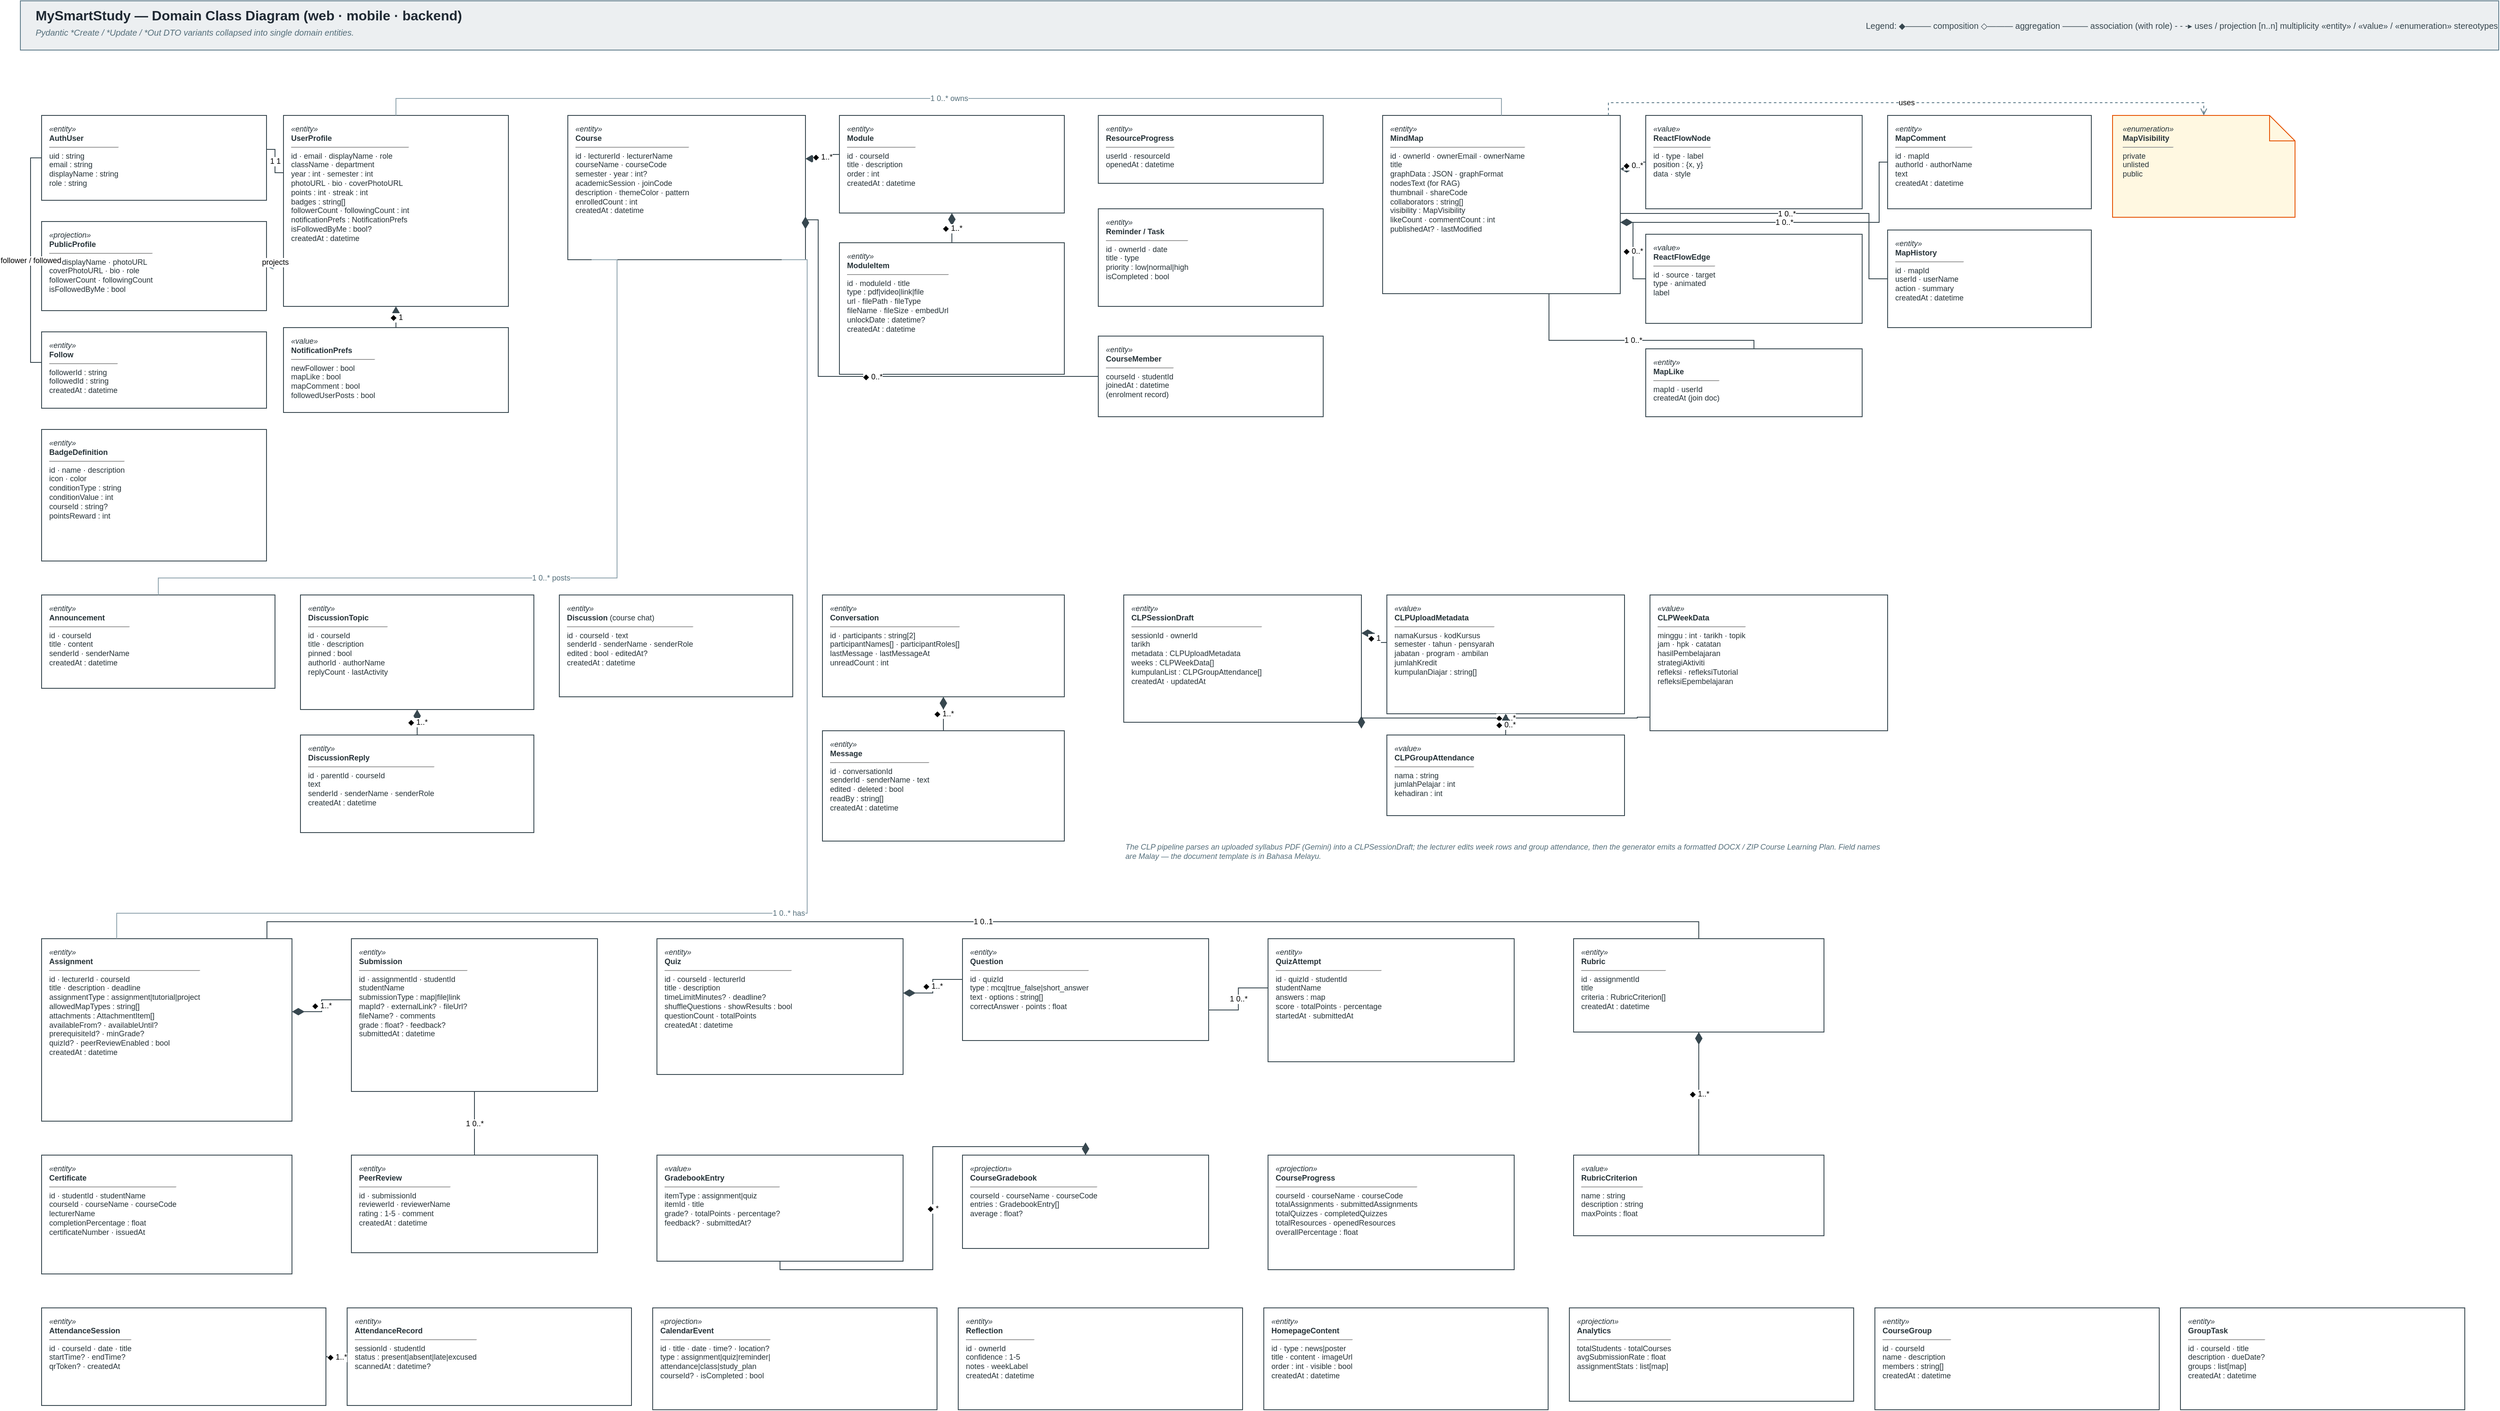
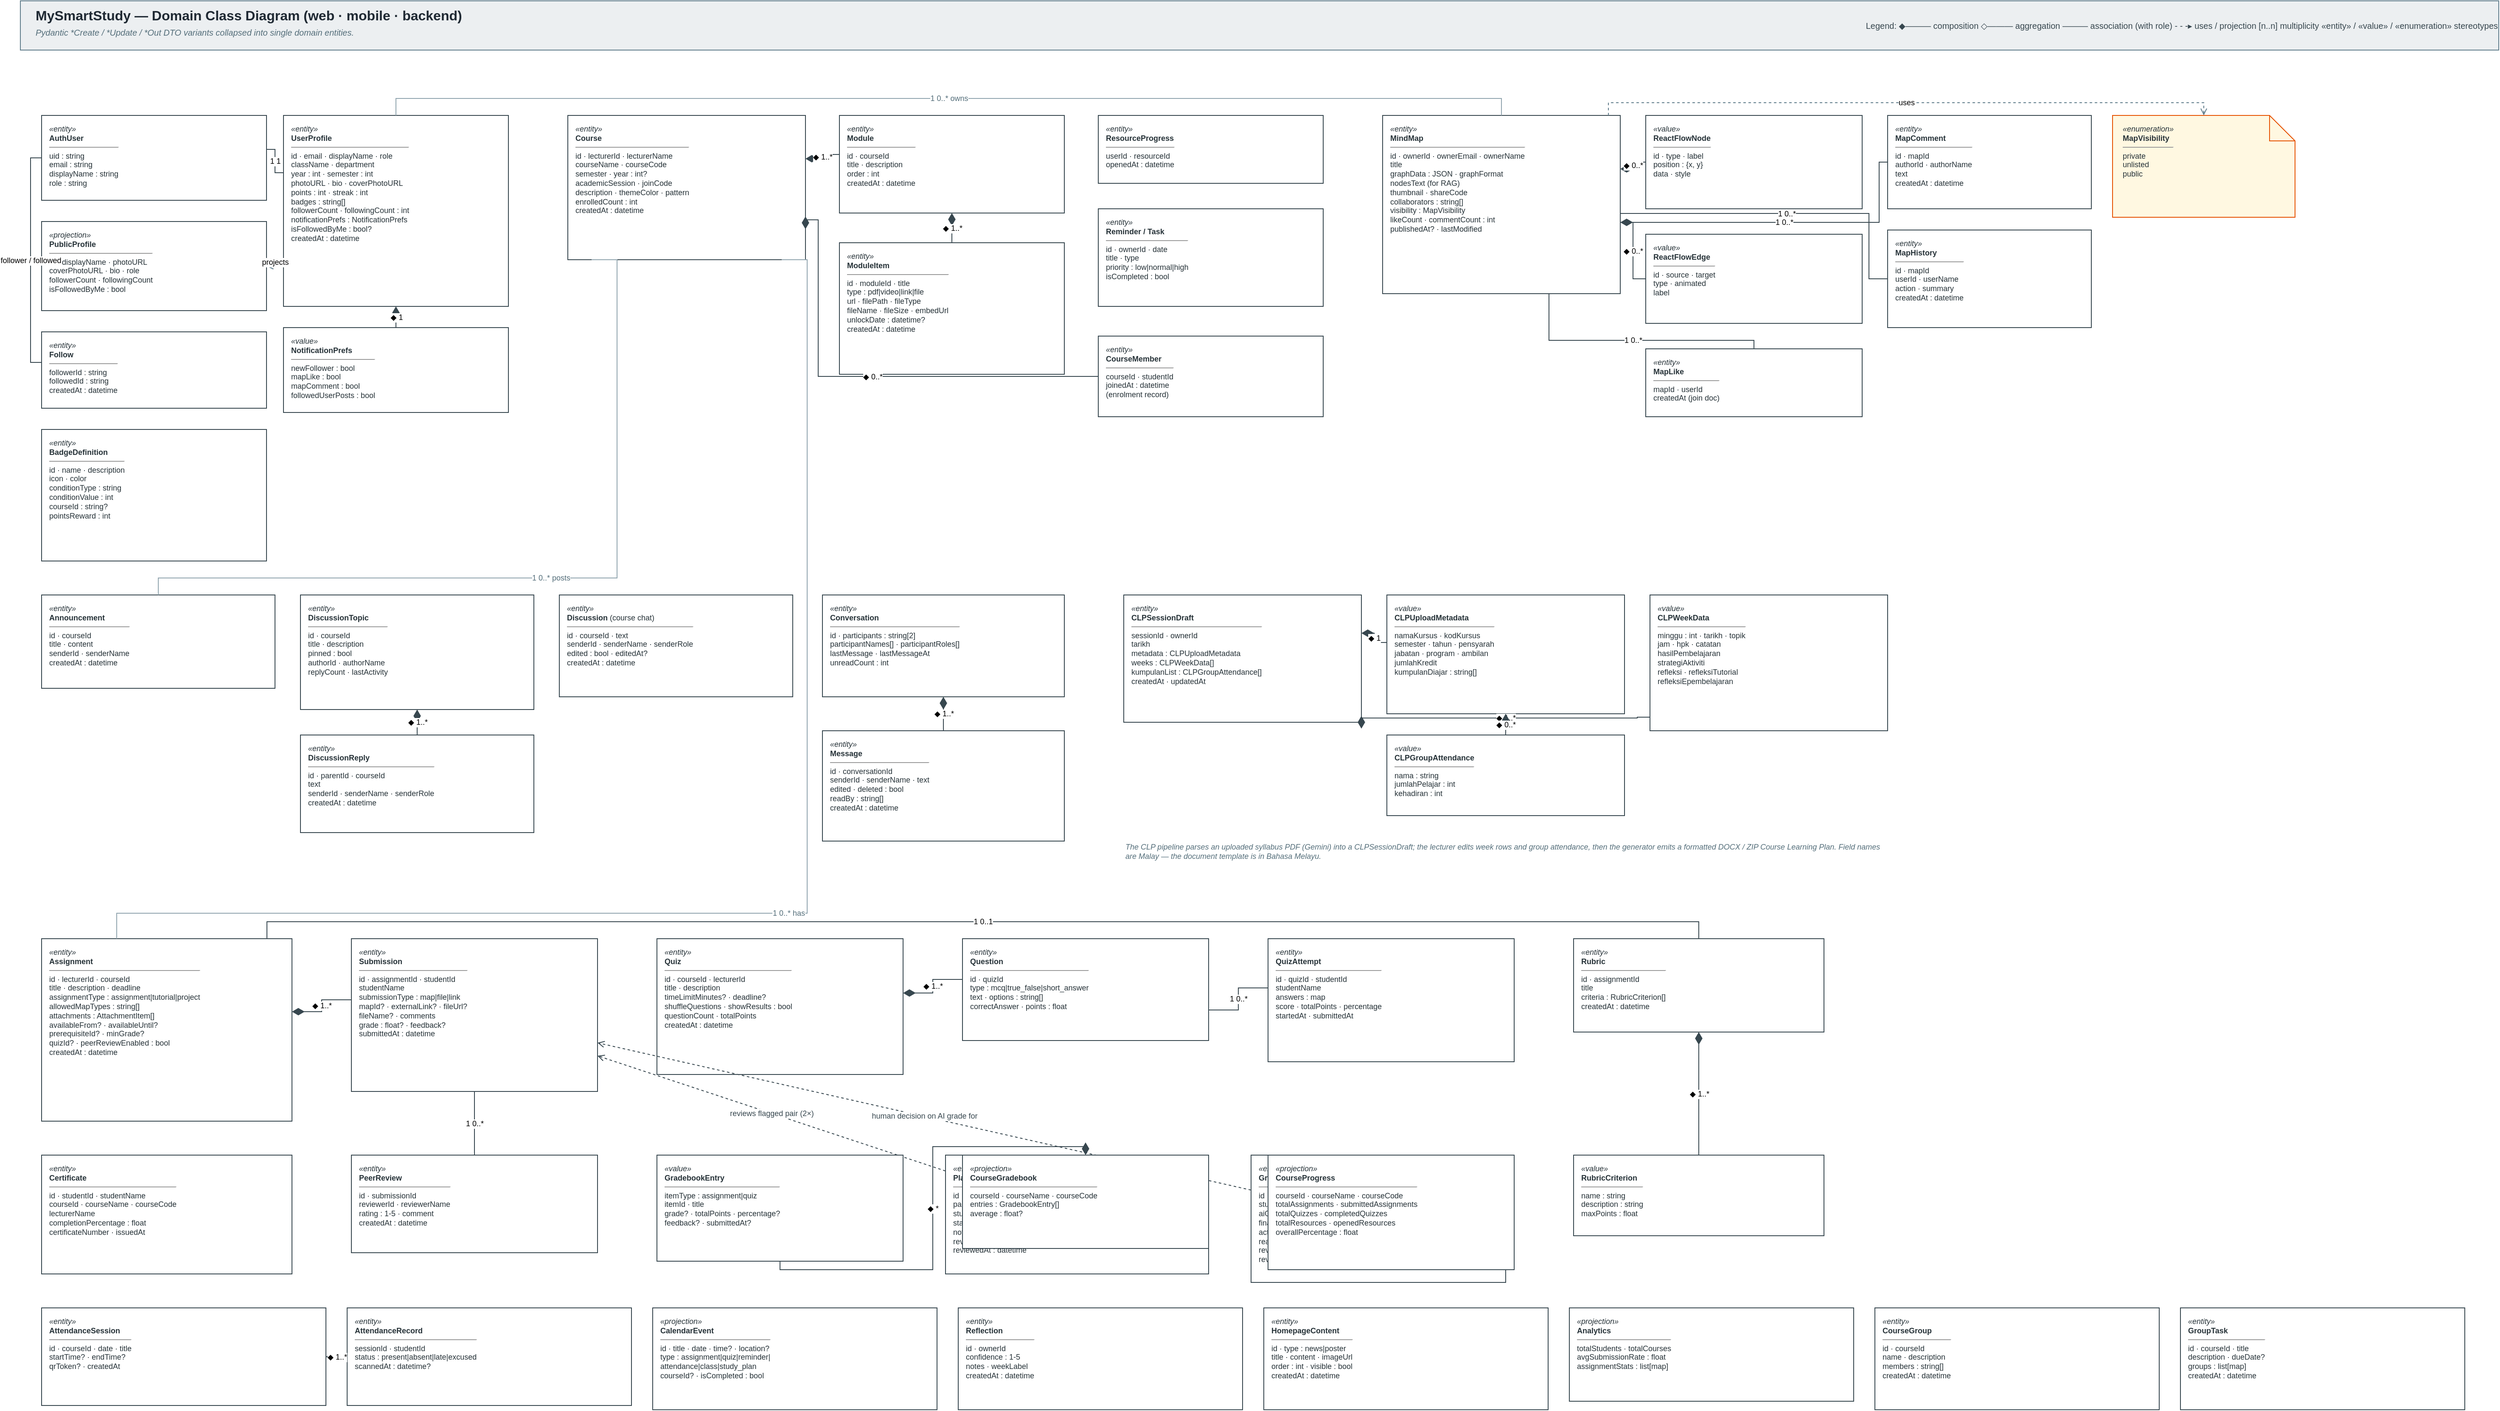
<mxfile host="app.diagrams.net" agent="MySmartStudy" version="22.1.16">
  <diagram id="umlClass" name="UML Class Diagram">
    <mxGraphModel dx="2600" dy="1600" grid="0" gridSize="10" guides="1" tooltips="1" connect="1" arrows="1" fold="1" page="1" pageScale="1" pageWidth="3020" pageHeight="1760" math="0" shadow="0">
      <root>
        <mxCell id="0" />
        <mxCell id="1" parent="0" />

        <!-- ===== HEADER ===== -->
        <mxCell id="hdr" value="" style="rounded=0;whiteSpace=wrap;html=1;fillColor=#ECEFF1;strokeColor=#607D8B;" vertex="1" parent="1">
          <mxGeometry x="40" y="20" width="2920" height="58" as="geometry" />
        </mxCell>
        <mxCell id="hdr_title" value="MySmartStudy — Domain Class Diagram (web · mobile · backend)" style="text;html=1;align=left;verticalAlign=middle;fontSize=16;fontStyle=1;fontColor=#1F2933" vertex="1" parent="1">
          <mxGeometry x="56" y="26" width="900" height="22" as="geometry" />
        </mxCell>
        <mxCell id="hdr_sub" value="Pydantic *Create / *Update / *Out DTO variants collapsed into single domain entities." style="text;html=1;align=left;verticalAlign=middle;fontSize=10;fontStyle=2;fontColor=#546E7A" vertex="1" parent="1">
          <mxGeometry x="56" y="48" width="900" height="18" as="geometry" />
        </mxCell>
        <mxCell id="hdr_legend" value="Legend:   ◆——— composition     ◇——— aggregation     ——— association (with role)     - - -▸ uses / projection     [n..n] multiplicity     «entity» / «value» / «enumeration» stereotypes" style="text;html=1;align=right;verticalAlign=middle;fontSize=10;fontColor=#37474F" vertex="1" parent="1">
          <mxGeometry x="1100" y="20" width="1860" height="58" as="geometry" />
        </mxCell>

        <!-- section grouping containers removed -->


        <!-- ===== SECTION A ===== -->
        <mxCell id="cA_auth" value="&lt;i&gt;«entity»&lt;/i&gt;&lt;br&gt;&lt;b&gt;AuthUser&lt;/b&gt;&lt;hr size=&quot;1&quot;&gt;uid : string&#10;email : string&#10;displayName : string&#10;role : string" style="rounded=0;whiteSpace=wrap;html=1;fillColor=#FFFFFF;strokeColor=#37474F;align=left;verticalAlign=top;spacingLeft=7;spacingTop=4;fontSize=9;fontColor=#263238" vertex="1" parent="1">
          <mxGeometry x="65" y="155" width="265" height="100" as="geometry" />
        </mxCell>
        <mxCell id="cA_profile" value="&lt;i&gt;«entity»&lt;/i&gt;&lt;br&gt;&lt;b&gt;UserProfile&lt;/b&gt;&lt;hr size=&quot;1&quot;&gt;id · email · displayName · role&#10;className · department&#10;year : int · semester : int&#10;photoURL · bio · coverPhotoURL&#10;points : int · streak : int&#10;badges : string[]&#10;followerCount · followingCount : int&#10;notificationPrefs : NotificationPrefs&#10;isFollowedByMe : bool?&#10;createdAt : datetime" style="rounded=0;whiteSpace=wrap;html=1;fillColor=#FFFFFF;strokeColor=#37474F;align=left;verticalAlign=top;spacingLeft=7;spacingTop=4;fontSize=9;fontColor=#263238" vertex="1" parent="1">
          <mxGeometry x="350" y="155" width="265" height="225" as="geometry" />
        </mxCell>
        <mxCell id="cA_np" value="&lt;i&gt;«value»&lt;/i&gt;&lt;br&gt;&lt;b&gt;NotificationPrefs&lt;/b&gt;&lt;hr size=&quot;1&quot;&gt;newFollower : bool&#10;mapLike : bool&#10;mapComment : bool&#10;followedUserPosts : bool" style="rounded=0;whiteSpace=wrap;html=1;fillColor=#FFFFFF;strokeColor=#37474F;align=left;verticalAlign=top;spacingLeft=7;spacingTop=4;fontSize=9;fontColor=#263238" vertex="1" parent="1">
          <mxGeometry x="350" y="405" width="265" height="100" as="geometry" />
        </mxCell>
        <mxCell id="cA_pp" value="&lt;i&gt;«projection»&lt;/i&gt;&lt;br&gt;&lt;b&gt;PublicProfile&lt;/b&gt;&lt;hr size=&quot;1&quot;&gt;id · displayName · photoURL&#10;coverPhotoURL · bio · role&#10;followerCount · followingCount&#10;isFollowedByMe : bool" style="rounded=0;whiteSpace=wrap;html=1;fillColor=#FFFFFF;strokeColor=#37474F;align=left;verticalAlign=top;spacingLeft=7;spacingTop=4;fontSize=9;fontColor=#263238" vertex="1" parent="1">
          <mxGeometry x="65" y="280" width="265" height="105" as="geometry" />
        </mxCell>
        <mxCell id="cA_follow" value="&lt;i&gt;«entity»&lt;/i&gt;&lt;br&gt;&lt;b&gt;Follow&lt;/b&gt;&lt;hr size=&quot;1&quot;&gt;followerId : string&#10;followedId : string&#10;createdAt : datetime" style="rounded=0;whiteSpace=wrap;html=1;fillColor=#FFFFFF;strokeColor=#37474F;align=left;verticalAlign=top;spacingLeft=7;spacingTop=4;fontSize=9;fontColor=#263238" vertex="1" parent="1">
          <mxGeometry x="65" y="410" width="265" height="90" as="geometry" />
        </mxCell>
        <mxCell id="cA_badge" value="&lt;i&gt;«entity»&lt;/i&gt;&lt;br&gt;&lt;b&gt;BadgeDefinition&lt;/b&gt;&lt;hr size=&quot;1&quot;&gt;id · name · description&#10;icon · color&#10;conditionType : string&#10;conditionValue : int&#10;courseId : string?&#10;pointsReward : int" style="rounded=0;whiteSpace=wrap;html=1;fillColor=#FFFFFF;strokeColor=#37474F;align=left;verticalAlign=top;spacingLeft=7;spacingTop=4;fontSize=9;fontColor=#263238" vertex="1" parent="1">
          <mxGeometry x="65" y="525" width="265" height="155" as="geometry" />
        </mxCell>

        <!-- ===== SECTION B ===== -->
        <mxCell id="cB_course" value="&lt;i&gt;«entity»&lt;/i&gt;&lt;br&gt;&lt;b&gt;Course&lt;/b&gt;&lt;hr size=&quot;1&quot;&gt;id · lecturerId · lecturerName&#10;courseName · courseCode&#10;semester · year : int?&#10;academicSession · joinCode&#10;description · themeColor · pattern&#10;enrolledCount : int&#10;createdAt : datetime" style="rounded=0;whiteSpace=wrap;html=1;fillColor=#FFFFFF;strokeColor=#37474F;align=left;verticalAlign=top;spacingLeft=7;spacingTop=4;fontSize=9;fontColor=#263238" vertex="1" parent="1">
          <mxGeometry x="685" y="155" width="280" height="170" as="geometry" />
        </mxCell>
        <mxCell id="cB_module" value="&lt;i&gt;«entity»&lt;/i&gt;&lt;br&gt;&lt;b&gt;Module&lt;/b&gt;&lt;hr size=&quot;1&quot;&gt;id · courseId&#10;title · description&#10;order : int&#10;createdAt : datetime" style="rounded=0;whiteSpace=wrap;html=1;fillColor=#FFFFFF;strokeColor=#37474F;align=left;verticalAlign=top;spacingLeft=7;spacingTop=4;fontSize=9;fontColor=#263238" vertex="1" parent="1">
          <mxGeometry x="1005" y="155" width="265" height="115" as="geometry" />
        </mxCell>
        <mxCell id="cB_mi" value="&lt;i&gt;«entity»&lt;/i&gt;&lt;br&gt;&lt;b&gt;ModuleItem&lt;/b&gt;&lt;hr size=&quot;1&quot;&gt;id · moduleId · title&#10;type : pdf|video|link|file&#10;url · filePath · fileType&#10;fileName · fileSize · embedUrl&#10;unlockDate : datetime?&#10;createdAt : datetime" style="rounded=0;whiteSpace=wrap;html=1;fillColor=#FFFFFF;strokeColor=#37474F;align=left;verticalAlign=top;spacingLeft=7;spacingTop=4;fontSize=9;fontColor=#263238" vertex="1" parent="1">
          <mxGeometry x="1005" y="305" width="265" height="155" as="geometry" />
        </mxCell>
        <mxCell id="cB_rp" value="&lt;i&gt;«entity»&lt;/i&gt;&lt;br&gt;&lt;b&gt;ResourceProgress&lt;/b&gt;&lt;hr size=&quot;1&quot;&gt;userId · resourceId&#10;openedAt : datetime" style="rounded=0;whiteSpace=wrap;html=1;fillColor=#FFFFFF;strokeColor=#37474F;align=left;verticalAlign=top;spacingLeft=7;spacingTop=4;fontSize=9;fontColor=#263238" vertex="1" parent="1">
          <mxGeometry x="1310" y="155" width="265" height="80" as="geometry" />
        </mxCell>
        <mxCell id="cB_reminder" value="&lt;i&gt;«entity»&lt;/i&gt;&lt;br&gt;&lt;b&gt;Reminder / Task&lt;/b&gt;&lt;hr size=&quot;1&quot;&gt;id · ownerId · date&#10;title · type&#10;priority : low|normal|high&#10;isCompleted : bool" style="rounded=0;whiteSpace=wrap;html=1;fillColor=#FFFFFF;strokeColor=#37474F;align=left;verticalAlign=top;spacingLeft=7;spacingTop=4;fontSize=9;fontColor=#263238" vertex="1" parent="1">
          <mxGeometry x="1310" y="265" width="265" height="115" as="geometry" />
        </mxCell>
        <mxCell id="cB_cm" value="&lt;i&gt;«entity»&lt;/i&gt;&lt;br&gt;&lt;b&gt;CourseMember&lt;/b&gt;&lt;hr size=&quot;1&quot;&gt;courseId · studentId&#10;joinedAt : datetime&#10;(enrolment record)" style="rounded=0;whiteSpace=wrap;html=1;fillColor=#FFFFFF;strokeColor=#37474F;align=left;verticalAlign=top;spacingLeft=7;spacingTop=4;fontSize=9;fontColor=#263238" vertex="1" parent="1">
          <mxGeometry x="1310" y="415" width="265" height="95" as="geometry" />
        </mxCell>

        <!-- ===== SECTION C ===== -->
        <mxCell id="cC_map" value="&lt;i&gt;«entity»&lt;/i&gt;&lt;br&gt;&lt;b&gt;MindMap&lt;/b&gt;&lt;hr size=&quot;1&quot;&gt;id · ownerId · ownerEmail · ownerName&#10;title&#10;graphData : JSON · graphFormat&#10;nodesText  (for RAG)&#10;thumbnail · shareCode&#10;collaborators : string[]&#10;visibility : MapVisibility&#10;likeCount · commentCount : int&#10;publishedAt? · lastModified" style="rounded=0;whiteSpace=wrap;html=1;fillColor=#FFFFFF;strokeColor=#37474F;align=left;verticalAlign=top;spacingLeft=7;spacingTop=4;fontSize=9;fontColor=#263238" vertex="1" parent="1">
          <mxGeometry x="1645" y="155" width="280" height="210" as="geometry" />
        </mxCell>
        <mxCell id="cC_node" value="&lt;i&gt;«value»&lt;/i&gt;&lt;br&gt;&lt;b&gt;ReactFlowNode&lt;/b&gt;&lt;hr size=&quot;1&quot;&gt;id · type · label&#10;position : {x, y}&#10;data · style" style="rounded=0;whiteSpace=wrap;html=1;fillColor=#FFFFFF;strokeColor=#37474F;align=left;verticalAlign=top;spacingLeft=7;spacingTop=4;fontSize=9;fontColor=#263238" vertex="1" parent="1">
          <mxGeometry x="1955" y="155" width="255" height="110" as="geometry" />
        </mxCell>
        <mxCell id="cC_edge" value="&lt;i&gt;«value»&lt;/i&gt;&lt;br&gt;&lt;b&gt;ReactFlowEdge&lt;/b&gt;&lt;hr size=&quot;1&quot;&gt;id · source · target&#10;type · animated&#10;label" style="rounded=0;whiteSpace=wrap;html=1;fillColor=#FFFFFF;strokeColor=#37474F;align=left;verticalAlign=top;spacingLeft=7;spacingTop=4;fontSize=9;fontColor=#263238" vertex="1" parent="1">
          <mxGeometry x="1955" y="295" width="255" height="105" as="geometry" />
        </mxCell>
        <mxCell id="cC_like" value="&lt;i&gt;«entity»&lt;/i&gt;&lt;br&gt;&lt;b&gt;MapLike&lt;/b&gt;&lt;hr size=&quot;1&quot;&gt;mapId · userId&#10;createdAt  (join doc)" style="rounded=0;whiteSpace=wrap;html=1;fillColor=#FFFFFF;strokeColor=#37474F;align=left;verticalAlign=top;spacingLeft=7;spacingTop=4;fontSize=9;fontColor=#263238" vertex="1" parent="1">
          <mxGeometry x="1955" y="430" width="255" height="80" as="geometry" />
        </mxCell>
        <mxCell id="cC_comment" value="&lt;i&gt;«entity»&lt;/i&gt;&lt;br&gt;&lt;b&gt;MapComment&lt;/b&gt;&lt;hr size=&quot;1&quot;&gt;id · mapId&#10;authorId · authorName&#10;text&#10;createdAt : datetime" style="rounded=0;whiteSpace=wrap;html=1;fillColor=#FFFFFF;strokeColor=#37474F;align=left;verticalAlign=top;spacingLeft=7;spacingTop=4;fontSize=9;fontColor=#263238" vertex="1" parent="1">
          <mxGeometry x="2240" y="155" width="240" height="110" as="geometry" />
        </mxCell>
        <mxCell id="cC_history" value="&lt;i&gt;«entity»&lt;/i&gt;&lt;br&gt;&lt;b&gt;MapHistory&lt;/b&gt;&lt;hr size=&quot;1&quot;&gt;id · mapId&#10;userId · userName&#10;action · summary&#10;createdAt : datetime" style="rounded=0;whiteSpace=wrap;html=1;fillColor=#FFFFFF;strokeColor=#37474F;align=left;verticalAlign=top;spacingLeft=7;spacingTop=4;fontSize=9;fontColor=#263238" vertex="1" parent="1">
          <mxGeometry x="2240" y="290" width="240" height="115" as="geometry" />
        </mxCell>
        <mxCell id="cC_vis" value="&lt;i&gt;«enumeration»&lt;/i&gt;&lt;br&gt;&lt;b&gt;MapVisibility&lt;/b&gt;&lt;hr size=&quot;1&quot;&gt;private&#10;unlisted&#10;public" style="shape=note;whiteSpace=wrap;html=1;backgroundOutline=1;fillColor=#FFF8E1;strokeColor=#E65100;align=left;verticalAlign=top;spacingLeft=10;spacingTop=4;fontSize=9;fontColor=#263238" vertex="1" parent="1">
          <mxGeometry x="2505" y="155" width="215" height="120" as="geometry" />
        </mxCell>

        <!-- ===== SECTION D ===== -->
        <mxCell id="cD_ann" value="&lt;i&gt;«entity»&lt;/i&gt;&lt;br&gt;&lt;b&gt;Announcement&lt;/b&gt;&lt;hr size=&quot;1&quot;&gt;id · courseId&#10;title · content&#10;senderId · senderName&#10;createdAt : datetime" style="rounded=0;whiteSpace=wrap;html=1;fillColor=#FFFFFF;strokeColor=#37474F;align=left;verticalAlign=top;spacingLeft=7;spacingTop=4;fontSize=9;fontColor=#263238" vertex="1" parent="1">
          <mxGeometry x="65" y="720" width="275" height="110" as="geometry" />
        </mxCell>
        <mxCell id="cD_topic" value="&lt;i&gt;«entity»&lt;/i&gt;&lt;br&gt;&lt;b&gt;DiscussionTopic&lt;/b&gt;&lt;hr size=&quot;1&quot;&gt;id · courseId&#10;title · description&#10;pinned : bool&#10;authorId · authorName&#10;replyCount · lastActivity" style="rounded=0;whiteSpace=wrap;html=1;fillColor=#FFFFFF;strokeColor=#37474F;align=left;verticalAlign=top;spacingLeft=7;spacingTop=4;fontSize=9;fontColor=#263238" vertex="1" parent="1">
          <mxGeometry x="370" y="720" width="275" height="135" as="geometry" />
        </mxCell>
        <mxCell id="cD_disc" value="&lt;i&gt;«entity»&lt;/i&gt;&lt;br&gt;&lt;b&gt;Discussion&lt;/b&gt;  (course chat)&lt;hr size=&quot;1&quot;&gt;id · courseId · text&#10;senderId · senderName · senderRole&#10;edited : bool · editedAt?&#10;createdAt : datetime" style="rounded=0;whiteSpace=wrap;html=1;fillColor=#FFFFFF;strokeColor=#37474F;align=left;verticalAlign=top;spacingLeft=7;spacingTop=4;fontSize=9;fontColor=#263238" vertex="1" parent="1">
          <mxGeometry x="675" y="720" width="275" height="120" as="geometry" />
        </mxCell>
        <mxCell id="cD_reply" value="&lt;i&gt;«entity»&lt;/i&gt;&lt;br&gt;&lt;b&gt;DiscussionReply&lt;/b&gt;&lt;hr size=&quot;1&quot;&gt;id · parentId · courseId&#10;text&#10;senderId · senderName · senderRole&#10;createdAt : datetime" style="rounded=0;whiteSpace=wrap;html=1;fillColor=#FFFFFF;strokeColor=#37474F;align=left;verticalAlign=top;spacingLeft=7;spacingTop=4;fontSize=9;fontColor=#263238" vertex="1" parent="1">
          <mxGeometry x="370" y="885" width="275" height="115" as="geometry" />
        </mxCell>
        <mxCell id="cD_conv" value="&lt;i&gt;«entity»&lt;/i&gt;&lt;br&gt;&lt;b&gt;Conversation&lt;/b&gt;&lt;hr size=&quot;1&quot;&gt;id · participants : string[2]&#10;participantNames[] · participantRoles[]&#10;lastMessage · lastMessageAt&#10;unreadCount : int" style="rounded=0;whiteSpace=wrap;html=1;fillColor=#FFFFFF;strokeColor=#37474F;align=left;verticalAlign=top;spacingLeft=7;spacingTop=4;fontSize=9;fontColor=#263238" vertex="1" parent="1">
          <mxGeometry x="985" y="720" width="285" height="120" as="geometry" />
        </mxCell>
        <mxCell id="cD_msg" value="&lt;i&gt;«entity»&lt;/i&gt;&lt;br&gt;&lt;b&gt;Message&lt;/b&gt;&lt;hr size=&quot;1&quot;&gt;id · conversationId&#10;senderId · senderName · text&#10;edited · deleted : bool&#10;readBy : string[]&#10;createdAt : datetime" style="rounded=0;whiteSpace=wrap;html=1;fillColor=#FFFFFF;strokeColor=#37474F;align=left;verticalAlign=top;spacingLeft=7;spacingTop=4;fontSize=9;fontColor=#263238" vertex="1" parent="1">
          <mxGeometry x="985" y="880" width="285" height="130" as="geometry" />
        </mxCell>

        <!-- ===== SECTION G ===== -->
        <mxCell id="cG_sess" value="&lt;i&gt;«entity»&lt;/i&gt;&lt;br&gt;&lt;b&gt;CLPSessionDraft&lt;/b&gt;&lt;hr size=&quot;1&quot;&gt;sessionId · ownerId&#10;tarikh&#10;metadata : CLPUploadMetadata&#10;weeks : CLPWeekData[]&#10;kumpulanList : CLPGroupAttendance[]&#10;createdAt · updatedAt" style="rounded=0;whiteSpace=wrap;html=1;fillColor=#FFFFFF;strokeColor=#37474F;align=left;verticalAlign=top;spacingLeft=7;spacingTop=4;fontSize=9;fontColor=#263238" vertex="1" parent="1">
          <mxGeometry x="1340" y="720" width="280" height="150" as="geometry" />
        </mxCell>
        <mxCell id="cG_meta" value="&lt;i&gt;«value»&lt;/i&gt;&lt;br&gt;&lt;b&gt;CLPUploadMetadata&lt;/b&gt;&lt;hr size=&quot;1&quot;&gt;namaKursus · kodKursus&#10;semester · tahun · pensyarah&#10;jabatan · program · ambilan&#10;jumlahKredit&#10;kumpulanDiajar : string[]" style="rounded=0;whiteSpace=wrap;html=1;fillColor=#FFFFFF;strokeColor=#37474F;align=left;verticalAlign=top;spacingLeft=7;spacingTop=4;fontSize=9;fontColor=#263238" vertex="1" parent="1">
          <mxGeometry x="1650" y="720" width="280" height="140" as="geometry" />
        </mxCell>
        <mxCell id="cG_week" value="&lt;i&gt;«value»&lt;/i&gt;&lt;br&gt;&lt;b&gt;CLPWeekData&lt;/b&gt;&lt;hr size=&quot;1&quot;&gt;minggu : int · tarikh · topik&#10;jam · hpk · catatan&#10;hasilPembelajaran&#10;strategiAktiviti&#10;refleksi · refleksiTutorial&#10;refleksiEpembelajaran" style="rounded=0;whiteSpace=wrap;html=1;fillColor=#FFFFFF;strokeColor=#37474F;align=left;verticalAlign=top;spacingLeft=7;spacingTop=4;fontSize=9;fontColor=#263238" vertex="1" parent="1">
          <mxGeometry x="1960" y="720" width="280" height="160" as="geometry" />
        </mxCell>
        <mxCell id="cG_grp" value="&lt;i&gt;«value»&lt;/i&gt;&lt;br&gt;&lt;b&gt;CLPGroupAttendance&lt;/b&gt;&lt;hr size=&quot;1&quot;&gt;nama : string&#10;jumlahPelajar : int&#10;kehadiran : int" style="rounded=0;whiteSpace=wrap;html=1;fillColor=#FFFFFF;strokeColor=#37474F;align=left;verticalAlign=top;spacingLeft=7;spacingTop=4;fontSize=9;fontColor=#263238" vertex="1" parent="1">
          <mxGeometry x="1650" y="885" width="280" height="95" as="geometry" />
        </mxCell>
        <mxCell id="cG_note" value="The CLP pipeline parses an uploaded syllabus PDF (Gemini) into a CLPSessionDraft; the lecturer edits week rows and group attendance, then the generator emits a formatted DOCX / ZIP Course Learning Plan. Field names are Malay — the document template is in Bahasa Melayu." style="text;html=1;align=left;whiteSpace=wrap;fontSize=9;fontStyle=2;fontColor=#546E7A" vertex="1" parent="1">
          <mxGeometry x="1340" y="1005" width="900" height="80" as="geometry" />
        </mxCell>

        <!-- ===== SECTION E ===== -->
        <mxCell id="cE_assign" value="&lt;i&gt;«entity»&lt;/i&gt;&lt;br&gt;&lt;b&gt;Assignment&lt;/b&gt;&lt;hr size=&quot;1&quot;&gt;id · lecturerId · courseId&#10;title · description · deadline&#10;assignmentType : assignment|tutorial|project&#10;allowedMapTypes : string[]&#10;attachments : AttachmentItem[]&#10;availableFrom? · availableUntil?&#10;prerequisiteId? · minGrade?&#10;quizId? · peerReviewEnabled : bool&#10;createdAt : datetime" style="rounded=0;whiteSpace=wrap;html=1;fillColor=#FFFFFF;strokeColor=#37474F;align=left;verticalAlign=top;spacingLeft=7;spacingTop=4;fontSize=9;fontColor=#263238" vertex="1" parent="1">
          <mxGeometry x="65" y="1125" width="295" height="215" as="geometry" />
        </mxCell>
        <mxCell id="cE_sub" value="&lt;i&gt;«entity»&lt;/i&gt;&lt;br&gt;&lt;b&gt;Submission&lt;/b&gt;&lt;hr size=&quot;1&quot;&gt;id · assignmentId · studentId&#10;studentName&#10;submissionType : map|file|link&#10;mapId? · externalLink? · fileUrl?&#10;fileName? · comments&#10;grade : float? · feedback?&#10;submittedAt : datetime" style="rounded=0;whiteSpace=wrap;html=1;fillColor=#FFFFFF;strokeColor=#37474F;align=left;verticalAlign=top;spacingLeft=7;spacingTop=4;fontSize=9;fontColor=#263238" vertex="1" parent="1">
          <mxGeometry x="430" y="1125" width="290" height="180" as="geometry" />
        </mxCell>
        <mxCell id="cE_quiz" value="&lt;i&gt;«entity»&lt;/i&gt;&lt;br&gt;&lt;b&gt;Quiz&lt;/b&gt;&lt;hr size=&quot;1&quot;&gt;id · courseId · lecturerId&#10;title · description&#10;timeLimitMinutes? · deadline?&#10;shuffleQuestions · showResults : bool&#10;questionCount · totalPoints&#10;createdAt : datetime" style="rounded=0;whiteSpace=wrap;html=1;fillColor=#FFFFFF;strokeColor=#37474F;align=left;verticalAlign=top;spacingLeft=7;spacingTop=4;fontSize=9;fontColor=#263238" vertex="1" parent="1">
          <mxGeometry x="790" y="1125" width="290" height="160" as="geometry" />
        </mxCell>
        <mxCell id="cE_question" value="&lt;i&gt;«entity»&lt;/i&gt;&lt;br&gt;&lt;b&gt;Question&lt;/b&gt;&lt;hr size=&quot;1&quot;&gt;id · quizId&#10;type : mcq|true_false|short_answer&#10;text · options : string[]&#10;correctAnswer · points : float" style="rounded=0;whiteSpace=wrap;html=1;fillColor=#FFFFFF;strokeColor=#37474F;align=left;verticalAlign=top;spacingLeft=7;spacingTop=4;fontSize=9;fontColor=#263238" vertex="1" parent="1">
          <mxGeometry x="1150" y="1125" width="290" height="120" as="geometry" />
        </mxCell>
        <mxCell id="cE_attempt" value="&lt;i&gt;«entity»&lt;/i&gt;&lt;br&gt;&lt;b&gt;QuizAttempt&lt;/b&gt;&lt;hr size=&quot;1&quot;&gt;id · quizId · studentId&#10;studentName&#10;answers : map&lt;qid, value&gt;&#10;score · totalPoints · percentage&#10;startedAt · submittedAt" style="rounded=0;whiteSpace=wrap;html=1;fillColor=#FFFFFF;strokeColor=#37474F;align=left;verticalAlign=top;spacingLeft=7;spacingTop=4;fontSize=9;fontColor=#263238" vertex="1" parent="1">
          <mxGeometry x="1510" y="1125" width="290" height="145" as="geometry" />
        </mxCell>
        <mxCell id="cE_rubric" value="&lt;i&gt;«entity»&lt;/i&gt;&lt;br&gt;&lt;b&gt;Rubric&lt;/b&gt;&lt;hr size=&quot;1&quot;&gt;id · assignmentId&#10;title&#10;criteria : RubricCriterion[]&#10;createdAt : datetime" style="rounded=0;whiteSpace=wrap;html=1;fillColor=#FFFFFF;strokeColor=#37474F;align=left;verticalAlign=top;spacingLeft=7;spacingTop=4;fontSize=9;fontColor=#263238" vertex="1" parent="1">
          <mxGeometry x="1870" y="1125" width="295" height="110" as="geometry" />
        </mxCell>
        <mxCell id="cE_peer" value="&lt;i&gt;«entity»&lt;/i&gt;&lt;br&gt;&lt;b&gt;PeerReview&lt;/b&gt;&lt;hr size=&quot;1&quot;&gt;id · submissionId&#10;reviewerId · reviewerName&#10;rating : 1-5 · comment&#10;createdAt : datetime" style="rounded=0;whiteSpace=wrap;html=1;fillColor=#FFFFFF;strokeColor=#37474F;align=left;verticalAlign=top;spacingLeft=7;spacingTop=4;fontSize=9;fontColor=#263238" vertex="1" parent="1">
          <mxGeometry x="430" y="1380" width="290" height="115" as="geometry" />
        </mxCell>
+         <mxCell id="cE_plagrev" value="&lt;i&gt;«entity»&lt;/i&gt;&lt;br&gt;&lt;b&gt;PlagiarismReview&lt;/b&gt;&lt;hr size=&quot;1&quot;&gt;id · assignmentId&#10;pairKey  (sorted studentA__studentB)&#10;studentAId · studentBId&#10;status : pending|confirmed|dismissed&#10;note&#10;reviewerId · reviewerName&#10;reviewedAt : datetime" style="rounded=0;whiteSpace=wrap;html=1;fillColor=#FFFFFF;strokeColor=#37474F;align=left;verticalAlign=top;spacingLeft=7;spacingTop=4;fontSize=9;fontColor=#263238" vertex="1" parent="1">
+           <mxGeometry x="1130" y="1380" width="310" height="140" as="geometry" />
+         </mxCell>
+         <mxCell id="e_plagrev_sub" value="reviews flagged pair (2×)" style="html=1;endArrow=open;endFill=0;dashed=1;strokeColor=#37474F;fontSize=9;fontColor=#37474F;" edge="1" parent="1" source="cE_plagrev" target="cE_sub"><mxGeometry relative="1" as="geometry" /></mxCell>
+         <mxCell id="cE_graderev" value="&lt;i&gt;«entity»&lt;/i&gt;&lt;br&gt;&lt;b&gt;GradeReview&lt;/b&gt;&lt;hr size=&quot;1&quot;&gt;id · submissionId · assignmentId&#10;studentId&#10;aiGrade : float?  (recommended)&#10;finalGrade : float  (committed)&#10;action : accepted|overridden&#10;reason&#10;reviewerId · reviewerName&#10;reviewedAt : datetime" style="rounded=0;whiteSpace=wrap;html=1;fillColor=#FFFFFF;strokeColor=#37474F;align=left;verticalAlign=top;spacingLeft=7;spacingTop=4;fontSize=9;fontColor=#263238" vertex="1" parent="1">
+           <mxGeometry x="1490" y="1380" width="300" height="150" as="geometry" />
+         </mxCell>
+         <mxCell id="e_graderev_sub" value="human decision on AI grade for" style="html=1;endArrow=open;endFill=0;dashed=1;strokeColor=#37474F;fontSize=9;fontColor=#37474F;" edge="1" parent="1" source="cE_graderev" target="cE_sub"><mxGeometry relative="1" as="geometry" /></mxCell>
        <mxCell id="cE_rc" value="&lt;i&gt;«value»&lt;/i&gt;&lt;br&gt;&lt;b&gt;RubricCriterion&lt;/b&gt;&lt;hr size=&quot;1&quot;&gt;name : string&#10;description : string&#10;maxPoints : float" style="rounded=0;whiteSpace=wrap;html=1;fillColor=#FFFFFF;strokeColor=#37474F;align=left;verticalAlign=top;spacingLeft=7;spacingTop=4;fontSize=9;fontColor=#263238" vertex="1" parent="1">
          <mxGeometry x="1870" y="1380" width="295" height="95" as="geometry" />
        </mxCell>
        <mxCell id="cE_cert" value="&lt;i&gt;«entity»&lt;/i&gt;&lt;br&gt;&lt;b&gt;Certificate&lt;/b&gt;&lt;hr size=&quot;1&quot;&gt;id · studentId · studentName&#10;courseId · courseName · courseCode&#10;lecturerName&#10;completionPercentage : float&#10;certificateNumber · issuedAt" style="rounded=0;whiteSpace=wrap;html=1;fillColor=#FFFFFF;strokeColor=#37474F;align=left;verticalAlign=top;spacingLeft=7;spacingTop=4;fontSize=9;fontColor=#263238" vertex="1" parent="1">
          <mxGeometry x="65" y="1380" width="295" height="140" as="geometry" />
        </mxCell>
        <mxCell id="cE_ge" value="&lt;i&gt;«value»&lt;/i&gt;&lt;br&gt;&lt;b&gt;GradebookEntry&lt;/b&gt;&lt;hr size=&quot;1&quot;&gt;itemType : assignment|quiz&#10;itemId · title&#10;grade? · totalPoints · percentage?&#10;feedback? · submittedAt?" style="rounded=0;whiteSpace=wrap;html=1;fillColor=#FFFFFF;strokeColor=#37474F;align=left;verticalAlign=top;spacingLeft=7;spacingTop=4;fontSize=9;fontColor=#263238" vertex="1" parent="1">
          <mxGeometry x="790" y="1380" width="290" height="125" as="geometry" />
        </mxCell>
        <mxCell id="cE_cg" value="&lt;i&gt;«projection»&lt;/i&gt;&lt;br&gt;&lt;b&gt;CourseGradebook&lt;/b&gt;&lt;hr size=&quot;1&quot;&gt;courseId · courseName · courseCode&#10;entries : GradebookEntry[]&#10;average : float?" style="rounded=0;whiteSpace=wrap;html=1;fillColor=#FFFFFF;strokeColor=#37474F;align=left;verticalAlign=top;spacingLeft=7;spacingTop=4;fontSize=9;fontColor=#263238" vertex="1" parent="1">
          <mxGeometry x="1150" y="1380" width="290" height="110" as="geometry" />
        </mxCell>
        <mxCell id="cE_cp" value="&lt;i&gt;«projection»&lt;/i&gt;&lt;br&gt;&lt;b&gt;CourseProgress&lt;/b&gt;&lt;hr size=&quot;1&quot;&gt;courseId · courseName · courseCode&#10;totalAssignments · submittedAssignments&#10;totalQuizzes · completedQuizzes&#10;totalResources · openedResources&#10;overallPercentage : float" style="rounded=0;whiteSpace=wrap;html=1;fillColor=#FFFFFF;strokeColor=#37474F;align=left;verticalAlign=top;spacingLeft=7;spacingTop=4;fontSize=9;fontColor=#263238" vertex="1" parent="1">
          <mxGeometry x="1510" y="1380" width="290" height="135" as="geometry" />
        </mxCell>

        <!-- ===== SECTION F ===== -->
        <mxCell id="cF_sess" value="&lt;i&gt;«entity»&lt;/i&gt;&lt;br&gt;&lt;b&gt;AttendanceSession&lt;/b&gt;&lt;hr size=&quot;1&quot;&gt;id · courseId · date · title&#10;startTime? · endTime?&#10;qrToken? · createdAt" style="rounded=0;whiteSpace=wrap;html=1;fillColor=#FFFFFF;strokeColor=#37474F;align=left;verticalAlign=top;spacingLeft=7;spacingTop=4;fontSize=9;fontColor=#263238" vertex="1" parent="1">
          <mxGeometry x="65" y="1560" width="335" height="115" as="geometry" />
        </mxCell>
        <mxCell id="cF_rec" value="&lt;i&gt;«entity»&lt;/i&gt;&lt;br&gt;&lt;b&gt;AttendanceRecord&lt;/b&gt;&lt;hr size=&quot;1&quot;&gt;sessionId · studentId&#10;status : present|absent|late|excused&#10;scannedAt : datetime?" style="rounded=0;whiteSpace=wrap;html=1;fillColor=#FFFFFF;strokeColor=#37474F;align=left;verticalAlign=top;spacingLeft=7;spacingTop=4;fontSize=9;fontColor=#263238" vertex="1" parent="1">
          <mxGeometry x="425" y="1560" width="335" height="115" as="geometry" />
        </mxCell>
        <mxCell id="cF_cal" value="&lt;i&gt;«projection»&lt;/i&gt;&lt;br&gt;&lt;b&gt;CalendarEvent&lt;/b&gt;&lt;hr size=&quot;1&quot;&gt;id · title · date · time? · location?&#10;type : assignment|quiz|reminder|&#10;        attendance|class|study_plan&#10;courseId? · isCompleted : bool" style="rounded=0;whiteSpace=wrap;html=1;fillColor=#FFFFFF;strokeColor=#37474F;align=left;verticalAlign=top;spacingLeft=7;spacingTop=4;fontSize=9;fontColor=#263238" vertex="1" parent="1">
          <mxGeometry x="785" y="1560" width="335" height="120" as="geometry" />
        </mxCell>
        <mxCell id="cF_refl" value="&lt;i&gt;«entity»&lt;/i&gt;&lt;br&gt;&lt;b&gt;Reflection&lt;/b&gt;&lt;hr size=&quot;1&quot;&gt;id · ownerId&#10;confidence : 1-5&#10;notes · weekLabel&#10;createdAt : datetime" style="rounded=0;whiteSpace=wrap;html=1;fillColor=#FFFFFF;strokeColor=#37474F;align=left;verticalAlign=top;spacingLeft=7;spacingTop=4;fontSize=9;fontColor=#263238" vertex="1" parent="1">
          <mxGeometry x="1145" y="1560" width="335" height="120" as="geometry" />
        </mxCell>
        <mxCell id="cF_home" value="&lt;i&gt;«entity»&lt;/i&gt;&lt;br&gt;&lt;b&gt;HomepageContent&lt;/b&gt;&lt;hr size=&quot;1&quot;&gt;id · type : news|poster&#10;title · content · imageUrl&#10;order : int · visible : bool&#10;createdAt : datetime" style="rounded=0;whiteSpace=wrap;html=1;fillColor=#FFFFFF;strokeColor=#37474F;align=left;verticalAlign=top;spacingLeft=7;spacingTop=4;fontSize=9;fontColor=#263238" vertex="1" parent="1">
          <mxGeometry x="1505" y="1560" width="335" height="120" as="geometry" />
        </mxCell>
        <mxCell id="cF_an" value="&lt;i&gt;«projection»&lt;/i&gt;&lt;br&gt;&lt;b&gt;Analytics&lt;/b&gt;&lt;hr size=&quot;1&quot;&gt;totalStudents · totalCourses&#10;avgSubmissionRate : float&#10;assignmentStats : list[map]" style="rounded=0;whiteSpace=wrap;html=1;fillColor=#FFFFFF;strokeColor=#37474F;align=left;verticalAlign=top;spacingLeft=7;spacingTop=4;fontSize=9;fontColor=#263238" vertex="1" parent="1">
          <mxGeometry x="1865" y="1560" width="335" height="110" as="geometry" />
        </mxCell>
        <mxCell id="cF_grp" value="&lt;i&gt;«entity»&lt;/i&gt;&lt;br&gt;&lt;b&gt;CourseGroup&lt;/b&gt;&lt;hr size=&quot;1&quot;&gt;id · courseId&#10;name · description&#10;members : string[]&#10;createdAt : datetime" style="rounded=0;whiteSpace=wrap;html=1;fillColor=#FFFFFF;strokeColor=#37474F;align=left;verticalAlign=top;spacingLeft=7;spacingTop=4;fontSize=9;fontColor=#263238" vertex="1" parent="1">
          <mxGeometry x="2225" y="1560" width="335" height="120" as="geometry" />
        </mxCell>
        <mxCell id="cF_gt" value="&lt;i&gt;«entity»&lt;/i&gt;&lt;br&gt;&lt;b&gt;GroupTask&lt;/b&gt;&lt;hr size=&quot;1&quot;&gt;id · courseId · title&#10;description · dueDate?&#10;groups : list[map]&#10;createdAt : datetime" style="rounded=0;whiteSpace=wrap;html=1;fillColor=#FFFFFF;strokeColor=#37474F;align=left;verticalAlign=top;spacingLeft=7;spacingTop=4;fontSize=9;fontColor=#263238" vertex="1" parent="1">
          <mxGeometry x="2585" y="1560" width="335" height="120" as="geometry" />
        </mxCell>

        <!-- ===== RELATIONSHIPS ===== -->
        <mxCell id="rA1" value="1   1" style="edgeStyle=orthogonalEdgeStyle;rounded=0;endArrow=none;html=1;strokeColor=#37474F;fontSize=9;exitX=1;exitY=0.4;entryX=0;entryY=0.3" edge="1" parent="1" source="cA_auth" target="cA_profile"><mxGeometry relative="1" as="geometry" /></mxCell>
        <mxCell id="rA2" value="◆ 1" style="edgeStyle=orthogonalEdgeStyle;rounded=0;endArrow=none;startArrow=diamondThin;startFill=1;startSize=12;html=1;strokeColor=#37474F;fontSize=9;exitX=0.5;exitY=1;entryX=0.5;entryY=0" edge="1" parent="1" source="cA_profile" target="cA_np"><mxGeometry relative="1" as="geometry" /></mxCell>
        <mxCell id="rA3" value="projects" style="edgeStyle=orthogonalEdgeStyle;rounded=0;endArrow=open;endFill=0;dashed=1;html=1;strokeColor=#607D8B;fontSize=9;exitX=0;exitY=0.75;entryX=1;entryY=0.5;" edge="1" parent="1" source="cA_profile" target="cA_pp"><mxGeometry relative="1" as="geometry" /></mxCell>
        <mxCell id="rA4" value="follower / followed" style="edgeStyle=orthogonalEdgeStyle;rounded=0;endArrow=none;html=1;strokeColor=#37474F;fontSize=9;exitX=0;exitY=0.5;entryX=0;entryY=0.4" edge="1" parent="1" source="cA_auth" target="cA_follow"><mxGeometry relative="1" as="geometry"><Array as="points"><mxPoint x="52" y="205" /><mxPoint x="52" y="446" /></Array></mxGeometry></mxCell>

        <mxCell id="rB1" value="◆ 1..*" style="edgeStyle=orthogonalEdgeStyle;rounded=0;endArrow=none;startArrow=diamondThin;startFill=1;startSize=12;html=1;strokeColor=#37474F;fontSize=9;exitX=1;exitY=0.3;entryX=0;entryY=0.4" edge="1" parent="1" source="cB_course" target="cB_module"><mxGeometry relative="1" as="geometry" /></mxCell>
        <mxCell id="rB2" value="◆ 1..*" style="edgeStyle=orthogonalEdgeStyle;rounded=0;endArrow=none;startArrow=diamondThin;startFill=1;startSize=12;html=1;strokeColor=#37474F;fontSize=9;exitX=0.5;exitY=1;entryX=0.5;entryY=0" edge="1" parent="1" source="cB_module" target="cB_mi"><mxGeometry relative="1" as="geometry" /></mxCell>
        <mxCell id="rB3" value="◆ 0..*" style="edgeStyle=orthogonalEdgeStyle;rounded=0;endArrow=none;startArrow=diamondThin;startFill=1;startSize=12;html=1;strokeColor=#37474F;fontSize=9;exitX=1;exitY=0.7;entryX=0;entryY=0.5" edge="1" parent="1" source="cB_course" target="cB_cm"><mxGeometry relative="1" as="geometry"><Array as="points"><mxPoint x="980" y="278" /><mxPoint x="980" y="462" /></Array></mxGeometry></mxCell>

        <mxCell id="rC1" value="◆ 0..*" style="edgeStyle=orthogonalEdgeStyle;rounded=0;endArrow=none;startArrow=diamondThin;startFill=1;startSize=12;html=1;strokeColor=#37474F;fontSize=9;exitX=1;exitY=0.3;entryX=0;entryY=0.5" edge="1" parent="1" source="cC_map" target="cC_node"><mxGeometry relative="1" as="geometry" /></mxCell>
        <mxCell id="rC2" value="◆ 0..*" style="edgeStyle=orthogonalEdgeStyle;rounded=0;endArrow=none;startArrow=diamondThin;startFill=1;startSize=12;html=1;strokeColor=#37474F;fontSize=9;exitX=1;exitY=0.6;entryX=0;entryY=0.5" edge="1" parent="1" source="cC_map" target="cC_edge"><mxGeometry relative="1" as="geometry" /></mxCell>
        <mxCell id="rC3" value="1   0..*" style="edgeStyle=orthogonalEdgeStyle;rounded=0;endArrow=none;html=1;strokeColor=#37474F;fontSize=9;exitX=1;exitY=0.6;entryX=0;entryY=0.5;" edge="1" parent="1" source="cC_map" target="cC_comment"><mxGeometry relative="1" as="geometry"><Array as="points"><mxPoint x="2230" y="281" /><mxPoint x="2230" y="210" /></Array></mxGeometry></mxCell>
        <mxCell id="rC4" value="1   0..*" style="edgeStyle=orthogonalEdgeStyle;rounded=0;endArrow=none;html=1;strokeColor=#37474F;fontSize=9;exitX=1;exitY=0.55;entryX=0;entryY=0.5;" edge="1" parent="1" source="cC_map" target="cC_history"><mxGeometry relative="1" as="geometry"><Array as="points"><mxPoint x="2218" y="271" /><mxPoint x="2218" y="347" /></Array></mxGeometry></mxCell>
        <mxCell id="rC5" value="1   0..*" style="edgeStyle=orthogonalEdgeStyle;rounded=0;endArrow=none;html=1;strokeColor=#37474F;fontSize=9;exitX=0.7;exitY=1;entryX=0.5;entryY=0" edge="1" parent="1" source="cC_map" target="cC_like"><mxGeometry relative="1" as="geometry"><Array as="points"><mxPoint x="1841" y="420" /><mxPoint x="2082" y="420" /></Array></mxGeometry></mxCell>
        <mxCell id="rC6" value="uses" style="edgeStyle=orthogonalEdgeStyle;rounded=0;endArrow=open;endFill=0;dashed=1;html=1;strokeColor=#607D8B;fontSize=9;exitX=0.95;exitY=0;entryX=0.5;entryY=0;" edge="1" parent="1" source="cC_map" target="cC_vis"><mxGeometry relative="1" as="geometry"><Array as="points"><mxPoint x="1911" y="140" /><mxPoint x="2612" y="140" /></Array></mxGeometry></mxCell>

        <mxCell id="rD1" value="◆ 1..*" style="edgeStyle=orthogonalEdgeStyle;rounded=0;endArrow=none;startArrow=diamondThin;startFill=1;startSize=12;html=1;strokeColor=#37474F;fontSize=9;exitX=0.5;exitY=1;entryX=0.5;entryY=0" edge="1" parent="1" source="cD_topic" target="cD_reply"><mxGeometry relative="1" as="geometry" /></mxCell>
        <mxCell id="rD2" value="◆ 1..*" style="edgeStyle=orthogonalEdgeStyle;rounded=0;endArrow=none;startArrow=diamondThin;startFill=1;startSize=12;html=1;strokeColor=#37474F;fontSize=9;exitX=0.5;exitY=1;entryX=0.5;entryY=0" edge="1" parent="1" source="cD_conv" target="cD_msg"><mxGeometry relative="1" as="geometry" /></mxCell>

        <mxCell id="rE1" value="◆ 1..*" style="edgeStyle=orthogonalEdgeStyle;rounded=0;endArrow=none;startArrow=diamondThin;startFill=1;startSize=12;html=1;strokeColor=#37474F;fontSize=9;exitX=1;exitY=0.4;entryX=0;entryY=0.4" edge="1" parent="1" source="cE_assign" target="cE_sub"><mxGeometry relative="1" as="geometry" /></mxCell>
        <mxCell id="rE2" value="1   0..*" style="edgeStyle=orthogonalEdgeStyle;rounded=0;endArrow=none;html=1;strokeColor=#37474F;fontSize=9;exitX=0.5;exitY=1;entryX=0.5;entryY=0" edge="1" parent="1" source="cE_sub" target="cE_peer"><mxGeometry relative="1" as="geometry" /></mxCell>
        <mxCell id="rE3" value="1   0..1" style="edgeStyle=orthogonalEdgeStyle;rounded=0;endArrow=none;html=1;strokeColor=#37474F;fontSize=9;exitX=0.9;exitY=0;entryX=0.5;entryY=0;" edge="1" parent="1" source="cE_assign" target="cE_rubric"><mxGeometry relative="1" as="geometry"><Array as="points"><mxPoint x="331" y="1105" /><mxPoint x="2017" y="1105" /></Array></mxGeometry></mxCell>
        <mxCell id="rE4" value="◆ 1..*" style="edgeStyle=orthogonalEdgeStyle;rounded=0;endArrow=none;startArrow=diamondThin;startFill=1;startSize=12;html=1;strokeColor=#37474F;fontSize=9;exitX=0.5;exitY=1;entryX=0.5;entryY=0" edge="1" parent="1" source="cE_rubric" target="cE_rc"><mxGeometry relative="1" as="geometry" /></mxCell>
        <mxCell id="rE5" value="◆ 1..*" style="edgeStyle=orthogonalEdgeStyle;rounded=0;endArrow=none;startArrow=diamondThin;startFill=1;startSize=12;html=1;strokeColor=#37474F;fontSize=9;exitX=1;exitY=0.4;entryX=0;entryY=0.4" edge="1" parent="1" source="cE_quiz" target="cE_question"><mxGeometry relative="1" as="geometry" /></mxCell>
        <mxCell id="rE6" value="1   0..*" style="edgeStyle=orthogonalEdgeStyle;rounded=0;endArrow=none;html=1;strokeColor=#37474F;fontSize=9;exitX=1;exitY=0.7;entryX=0;entryY=0.4" edge="1" parent="1" source="cE_question" target="cE_attempt"><mxGeometry relative="1" as="geometry" /></mxCell>
        <mxCell id="rE7" value="◆ *" style="edgeStyle=orthogonalEdgeStyle;rounded=0;endArrow=none;startArrow=diamondThin;startFill=1;startSize=12;html=1;strokeColor=#37474F;fontSize=9;exitX=0.5;exitY=0;entryX=0.5;entryY=1" edge="1" parent="1" source="cE_cg" target="cE_ge"><mxGeometry relative="1" as="geometry" /></mxCell>

        <mxCell id="rF1" value="◆ 1..*" style="edgeStyle=orthogonalEdgeStyle;rounded=0;endArrow=none;startArrow=diamondThin;startFill=1;startSize=12;html=1;strokeColor=#37474F;fontSize=9;exitX=1;exitY=0.5;entryX=0;entryY=0.5" edge="1" parent="1" source="cF_sess" target="cF_rec"><mxGeometry relative="1" as="geometry" /></mxCell>

        <mxCell id="rG1" value="◆ 1" style="edgeStyle=orthogonalEdgeStyle;rounded=0;endArrow=none;startArrow=diamondThin;startFill=1;startSize=12;html=1;strokeColor=#37474F;fontSize=9;exitX=1;exitY=0.3;entryX=0;entryY=0.4" edge="1" parent="1" source="cG_sess" target="cG_meta"><mxGeometry relative="1" as="geometry" /></mxCell>
        <mxCell id="rG2" value="◆ 1..*" style="edgeStyle=orthogonalEdgeStyle;rounded=0;endArrow=none;startArrow=diamondThin;startFill=1;startSize=12;html=1;strokeColor=#37474F;fontSize=9;exitX=1;exitY=0.95;entryX=0;entryY=0.9;" edge="1" parent="1" source="cG_sess" target="cG_week"><mxGeometry relative="1" as="geometry"><Array as="points"><mxPoint x="1945" y="865" /></Array></mxGeometry></mxCell>
        <mxCell id="rG3" value="◆ 0..*" style="edgeStyle=orthogonalEdgeStyle;rounded=0;endArrow=none;startArrow=diamondThin;startFill=1;startSize=12;html=1;strokeColor=#37474F;fontSize=9;exitX=0.5;exitY=1;entryX=0.5;entryY=0" edge="1" parent="1" source="cG_meta" target="cG_grp"><mxGeometry relative="1" as="geometry" /></mxCell>

        <!-- cross-section -->
        <mxCell id="rX1" value="1   0..*  posts" style="edgeStyle=orthogonalEdgeStyle;rounded=0;endArrow=none;html=1;strokeColor=#90A4AE;fontSize=9;fontColor=#546E7A;exitX=0.1;exitY=1;entryX=0.5;entryY=0" edge="1" parent="1" source="cB_course" target="cD_ann"><mxGeometry relative="1" as="geometry"><Array as="points"><mxPoint x="743" y="700" /><mxPoint x="202" y="700" /></Array></mxGeometry></mxCell>
        <mxCell id="rX2" value="1   0..*  has" style="edgeStyle=orthogonalEdgeStyle;rounded=0;endArrow=none;html=1;strokeColor=#90A4AE;fontSize=9;fontColor=#546E7A;exitX=0.9;exitY=1;entryX=0.3;entryY=0;" edge="1" parent="1" source="cB_course" target="cE_assign"><mxGeometry relative="1" as="geometry"><Array as="points"><mxPoint x="967" y="1095" /><mxPoint x="153" y="1095" /></Array></mxGeometry></mxCell>
        <mxCell id="rX3" value="1   0..*  owns" style="edgeStyle=orthogonalEdgeStyle;rounded=0;endArrow=none;html=1;strokeColor=#90A4AE;fontSize=9;fontColor=#546E7A;exitX=0.5;exitY=0;entryX=0.5;entryY=0;" edge="1" parent="1" source="cA_profile" target="cC_map"><mxGeometry relative="1" as="geometry"><Array as="points"><mxPoint x="482" y="135" /><mxPoint x="1785" y="135" /></Array></mxGeometry></mxCell>

      </root>
    </mxGraphModel>
  </diagram>
</mxfile>
